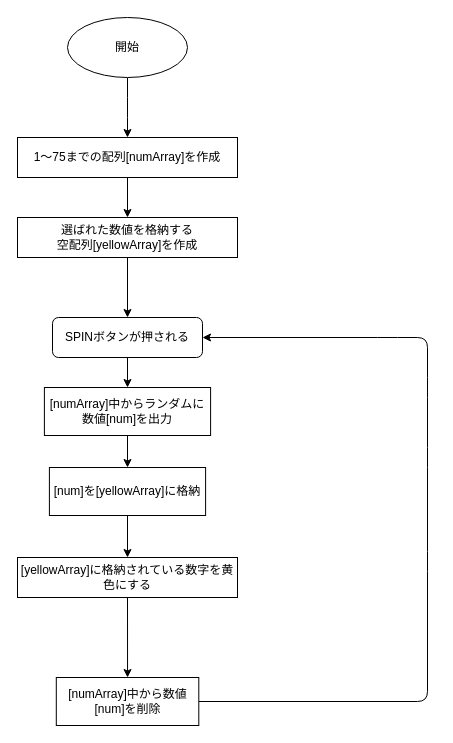
The draw.io diagram gw-bingo.dio in froide-kk/2022_training_GW, before the edit. Source tidied: cells renumbered, new cells numbered last; positions are measured from the earlier drawing's top-left corner, leaving out a move shared by most shapes. Both pictures are drawn from the tidied source at 100%, with x=0, y=0 at pixel (17, 17).
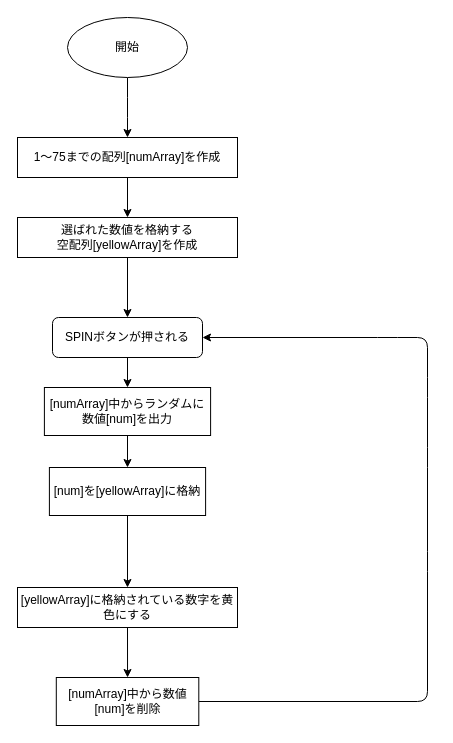
After the change.

Commit message (it also covers changes not shown here):
update:関数の宣言

Unchanged cells that the change refers to:
```xml
<mxCell id="11" value="[num]を[yellowArray]に格納" style="rounded=0;whiteSpace=wrap;html=1;" parent="1" vertex="1">
  <mxGeometry x="31.9" y="450" width="156.2" height="48" as="geometry" />
</mxCell>
```

What changed in the source:
```diff
@@
-    <mxCell id="10" style="edgeStyle=none;html=1;exitX=0.5;exitY=1;exitDx=0;exitDy=0;" parent="1" edge="1" source="11">
-      <mxGeometry relative="1" as="geometry">
-        <mxPoint x="110" y="540" as="targetPoint" />
-      </mxGeometry>
+    <mxCell id="10" style="edgeStyle=none;html=1;exitX=0.5;exitY=1;exitDx=0;exitDy=0;entryX=0.5;entryY=0;entryDx=0;entryDy=0;" parent="1" edge="1" source="11" target="17">
+      <mxGeometry relative="1" as="geometry" />
     </mxCell>
@@
     <mxCell id="17" value="[yellowArray]に格納されている数字を黄色にする" style="rounded=0;whiteSpace=wrap;html=1;" parent="1" vertex="1">
-      <mxGeometry y="540" width="220" height="40" as="geometry" />
+      <mxGeometry y="570" width="220" height="40" as="geometry" />
     </mxCell>
```
